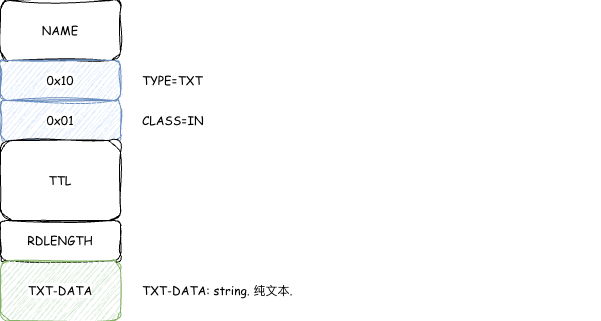
The draw.io diagram source/_posts/DNSScheme/txt.png in theo1893/theo1893.github.io, before a commit. Source tidied: cells renumbered, new cells last; positions are measured from the earlier drawing's top-left corner, leaving out a move shared by most shapes. The source it was exported from:
```xml
<mxGraphModel>
  <root>
    <mxCell id="0" />
    <mxCell id="1" parent="0" />
    <mxCell id="2" value="NAME" style="rounded=1;whiteSpace=wrap;html=1;sketch=1;jiggle=2;curveFitting=1;strokeColor=default;align=center;verticalAlign=middle;fontFamily=Comic Sans MS;fontSize=12;fontColor=default;labelBackgroundColor=default;fillColor=default;" parent="1" vertex="1">
      <mxGeometry width="120" height="60" as="geometry" />
    </mxCell>
    <mxCell id="3" value="0x10" style="rounded=1;whiteSpace=wrap;html=1;sketch=1;jiggle=2;curveFitting=1;strokeColor=#6c8ebf;align=center;verticalAlign=middle;fontFamily=Comic Sans MS;fontSize=12;labelBackgroundColor=default;fillColor=#dae8fc;" parent="1" vertex="1">
      <mxGeometry y="60" width="120" height="40" as="geometry" />
    </mxCell>
    <mxCell id="4" value="0x01" style="rounded=1;whiteSpace=wrap;html=1;sketch=1;jiggle=2;curveFitting=1;strokeColor=#6c8ebf;align=center;verticalAlign=middle;fontFamily=Comic Sans MS;fontSize=12;labelBackgroundColor=default;fillColor=#dae8fc;" parent="1" vertex="1">
      <mxGeometry y="100" width="120" height="40" as="geometry" />
    </mxCell>
    <mxCell id="5" value="TTL" style="rounded=1;whiteSpace=wrap;html=1;sketch=1;jiggle=2;curveFitting=1;strokeColor=default;align=center;verticalAlign=middle;fontFamily=Comic Sans MS;fontSize=12;fontColor=default;labelBackgroundColor=default;fillColor=default;" parent="1" vertex="1">
      <mxGeometry y="140" width="120" height="80" as="geometry" />
    </mxCell>
    <mxCell id="6" value="RDLENGTH" style="rounded=1;whiteSpace=wrap;html=1;sketch=1;jiggle=2;curveFitting=1;strokeColor=default;align=center;verticalAlign=middle;fontFamily=Comic Sans MS;fontSize=12;fontColor=default;labelBackgroundColor=default;fillColor=default;" parent="1" vertex="1">
      <mxGeometry y="220" width="120" height="40" as="geometry" />
    </mxCell>
    <mxCell id="7" value="TXT-DATA" style="rounded=1;whiteSpace=wrap;html=1;sketch=1;jiggle=2;curveFitting=1;strokeColor=#82b366;align=center;verticalAlign=middle;fontFamily=Comic Sans MS;fontSize=12;labelBackgroundColor=default;fillColor=#d5e8d4;" parent="1" vertex="1">
      <mxGeometry y="260" width="120" height="60" as="geometry" />
    </mxCell>
    <mxCell id="8" value="TXT-DATA: string. 纯文本." style="text;html=1;whiteSpace=wrap;strokeColor=none;fillColor=none;align=left;verticalAlign=middle;rounded=0;fontFamily=Comic Sans MS;fontSize=12;fontColor=default;labelBackgroundColor=default;" parent="1" vertex="1">
      <mxGeometry x="140" y="275" width="460" height="30" as="geometry" />
    </mxCell>
    <mxCell id="9" value="CLASS=IN" style="text;html=1;whiteSpace=wrap;strokeColor=none;fillColor=none;align=left;verticalAlign=middle;rounded=0;fontFamily=Comic Sans MS;fontSize=12;fontColor=default;labelBackgroundColor=default;" parent="1" vertex="1">
      <mxGeometry x="140" y="105" width="230" height="30" as="geometry" />
    </mxCell>
    <mxCell id="10" value="TYPE=TXT" style="text;html=1;whiteSpace=wrap;strokeColor=none;fillColor=none;align=left;verticalAlign=middle;rounded=0;fontFamily=Comic Sans MS;fontSize=12;fontColor=default;labelBackgroundColor=default;" parent="1" vertex="1">
      <mxGeometry x="140" y="65" width="230" height="30" as="geometry" />
    </mxCell>
  </root>
</mxGraphModel>
```
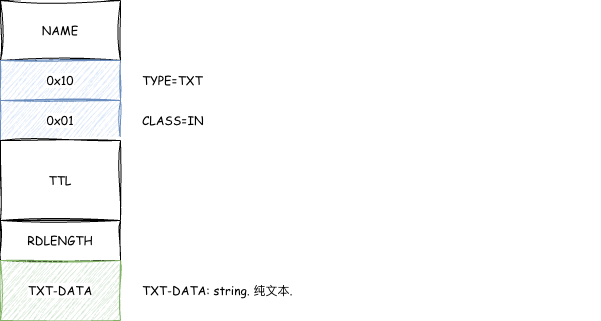
After the commit.

What changed in the source:
```diff
@@ -2,22 +2,22 @@
   <root>
     <mxCell id="0" />
     <mxCell id="1" parent="0" />
-    <mxCell id="2" value="NAME" style="rounded=1;whiteSpace=wrap;html=1;sketch=1;jiggle=2;curveFitting=1;strokeColor=default;align=center;verticalAlign=middle;fontFamily=Comic Sans MS;fontSize=12;fontColor=default;labelBackgroundColor=default;fillColor=default;" parent="1" vertex="1">
+    <mxCell id="2" value="NAME" style="rounded=0;whiteSpace=wrap;html=1;sketch=1;jiggle=2;curveFitting=1;strokeColor=default;align=center;verticalAlign=middle;fontFamily=Comic Sans MS;fontSize=12;fontColor=default;labelBackgroundColor=default;fillColor=default;" parent="1" vertex="1">
       <mxGeometry width="120" height="60" as="geometry" />
     </mxCell>
-    <mxCell id="3" value="0x10" style="rounded=1;whiteSpace=wrap;html=1;sketch=1;jiggle=2;curveFitting=1;strokeColor=#6c8ebf;align=center;verticalAlign=middle;fontFamily=Comic Sans MS;fontSize=12;labelBackgroundColor=default;fillColor=#dae8fc;" parent="1" vertex="1">
+    <mxCell id="3" value="0x10" style="rounded=0;whiteSpace=wrap;html=1;sketch=1;jiggle=2;curveFitting=1;strokeColor=#6c8ebf;align=center;verticalAlign=middle;fontFamily=Comic Sans MS;fontSize=12;labelBackgroundColor=default;fillColor=#dae8fc;" parent="1" vertex="1">
       <mxGeometry y="60" width="120" height="40" as="geometry" />
     </mxCell>
-    <mxCell id="4" value="0x01" style="rounded=1;whiteSpace=wrap;html=1;sketch=1;jiggle=2;curveFitting=1;strokeColor=#6c8ebf;align=center;verticalAlign=middle;fontFamily=Comic Sans MS;fontSize=12;labelBackgroundColor=default;fillColor=#dae8fc;" parent="1" vertex="1">
+    <mxCell id="4" value="0x01" style="rounded=0;whiteSpace=wrap;html=1;sketch=1;jiggle=2;curveFitting=1;strokeColor=#6c8ebf;align=center;verticalAlign=middle;fontFamily=Comic Sans MS;fontSize=12;labelBackgroundColor=default;fillColor=#dae8fc;" parent="1" vertex="1">
       <mxGeometry y="100" width="120" height="40" as="geometry" />
     </mxCell>
-    <mxCell id="5" value="TTL" style="rounded=1;whiteSpace=wrap;html=1;sketch=1;jiggle=2;curveFitting=1;strokeColor=default;align=center;verticalAlign=middle;fontFamily=Comic Sans MS;fontSize=12;fontColor=default;labelBackgroundColor=default;fillColor=default;" parent="1" vertex="1">
+    <mxCell id="5" value="TTL" style="rounded=0;whiteSpace=wrap;html=1;sketch=1;jiggle=2;curveFitting=1;strokeColor=default;align=center;verticalAlign=middle;fontFamily=Comic Sans MS;fontSize=12;fontColor=default;labelBackgroundColor=default;fillColor=default;" parent="1" vertex="1">
       <mxGeometry y="140" width="120" height="80" as="geometry" />
     </mxCell>
-    <mxCell id="6" value="RDLENGTH" style="rounded=1;whiteSpace=wrap;html=1;sketch=1;jiggle=2;curveFitting=1;strokeColor=default;align=center;verticalAlign=middle;fontFamily=Comic Sans MS;fontSize=12;fontColor=default;labelBackgroundColor=default;fillColor=default;" parent="1" vertex="1">
+    <mxCell id="6" value="RDLENGTH" style="rounded=0;whiteSpace=wrap;html=1;sketch=1;jiggle=2;curveFitting=1;strokeColor=default;align=center;verticalAlign=middle;fontFamily=Comic Sans MS;fontSize=12;fontColor=default;labelBackgroundColor=default;fillColor=default;" parent="1" vertex="1">
       <mxGeometry y="220" width="120" height="40" as="geometry" />
     </mxCell>
-    <mxCell id="7" value="TXT-DATA" style="rounded=1;whiteSpace=wrap;html=1;sketch=1;jiggle=2;curveFitting=1;strokeColor=#82b366;align=center;verticalAlign=middle;fontFamily=Comic Sans MS;fontSize=12;labelBackgroundColor=default;fillColor=#d5e8d4;" parent="1" vertex="1">
+    <mxCell id="7" value="TXT-DATA" style="rounded=0;whiteSpace=wrap;html=1;sketch=1;jiggle=2;curveFitting=1;strokeColor=#82b366;align=center;verticalAlign=middle;fontFamily=Comic Sans MS;fontSize=12;labelBackgroundColor=default;fillColor=#d5e8d4;" parent="1" vertex="1">
       <mxGeometry y="260" width="120" height="60" as="geometry" />
     </mxCell>
     <mxCell id="8" value="TXT-DATA: string. 纯文本." style="text;html=1;whiteSpace=wrap;strokeColor=none;fillColor=none;align=left;verticalAlign=middle;rounded=0;fontFamily=Comic Sans MS;fontSize=12;fontColor=default;labelBackgroundColor=default;" parent="1" vertex="1">
```
